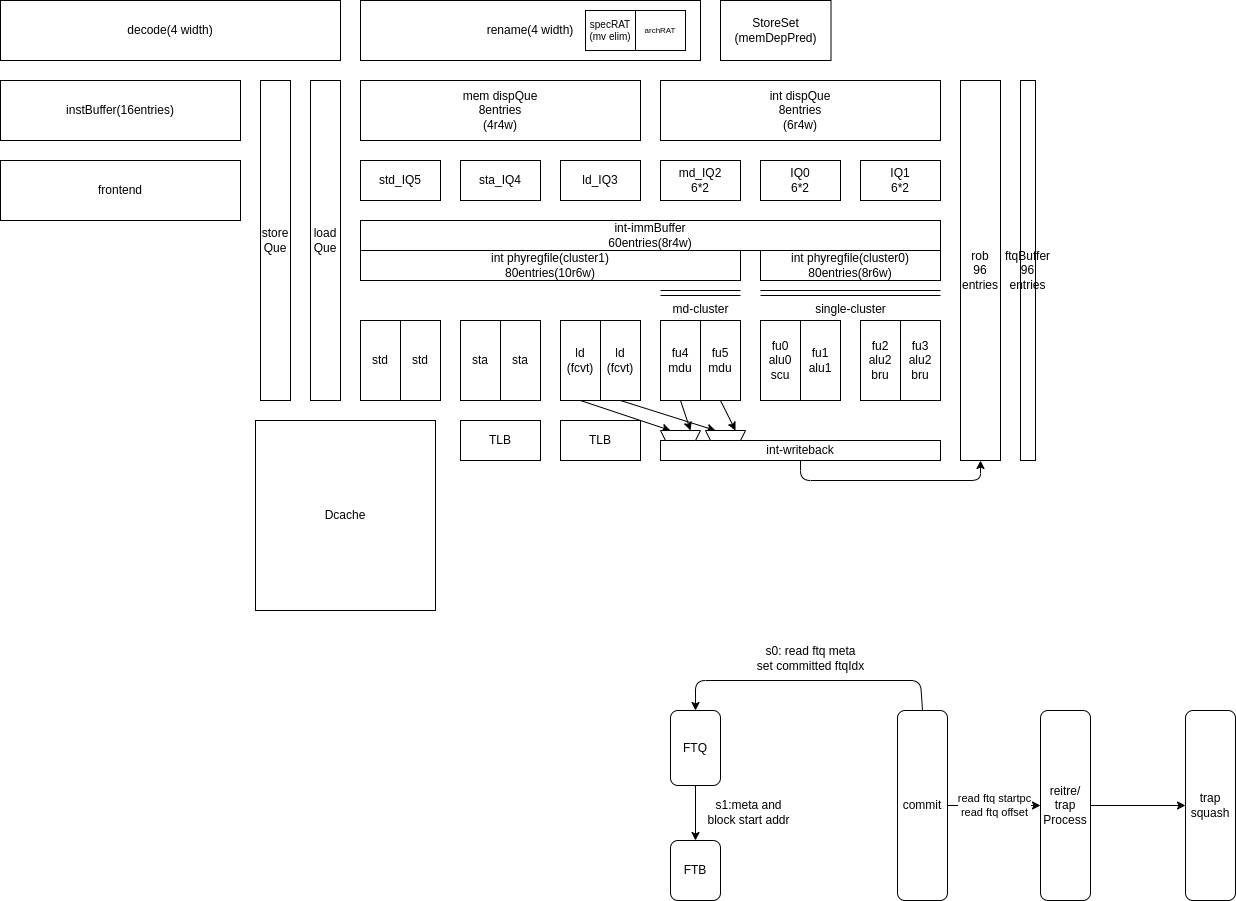
Earlier version of the draw.io export doc/aura-backend.drawio.png (tastynoob/aura-core). Source tidied: cells renumbered, new cells last; positions are measured from the earlier drawing's top-left corner, leaving out a move shared by most shapes.
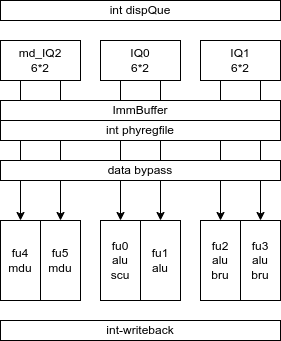
The same file after the commit.

Change to the diagram source:
```diff
@@ -2,195 +2,65 @@
   <root>
     <mxCell id="0" />
     <mxCell id="1" parent="0" />
-    <mxCell id="2" value="int dispQue&lt;br&gt;8entries&lt;br&gt;(6r4w)" style="rounded=0;whiteSpace=wrap;html=1;align=center;verticalAlign=middle;" parent="1" vertex="1">
-      <mxGeometry x="660" y="80" width="280" height="60" as="geometry" />
+    <mxCell id="2" value="int dispQue" style="rounded=0;whiteSpace=wrap;html=1;align=center;verticalAlign=middle;" parent="1" vertex="1">
+      <mxGeometry x="400" y="-260" width="280" height="20" as="geometry" />
     </mxCell>
+    <mxCell id="62" style="edgeStyle=none;html=1;exitX=0.25;exitY=1;exitDx=0;exitDy=0;entryX=0.5;entryY=0;entryDx=0;entryDy=0;" parent="1" edge="1" source="3" target="16">
+      <mxGeometry relative="1" as="geometry" />
+    </mxCell>
+    <mxCell id="63" style="edgeStyle=none;html=1;exitX=0.75;exitY=1;exitDx=0;exitDy=0;" parent="1" edge="1" source="3" target="15">
+      <mxGeometry relative="1" as="geometry" />
+    </mxCell>
     <mxCell id="3" value="md_IQ2&lt;br&gt;6*2" style="rounded=0;whiteSpace=wrap;html=1;align=center;verticalAlign=middle;" parent="1" vertex="1">
-      <mxGeometry x="660" y="160" width="80" height="40" as="geometry" />
+      <mxGeometry x="400" y="-220" width="80" height="40" as="geometry" />
     </mxCell>
-    <mxCell id="4" value="sta_IQ4" style="rounded=0;whiteSpace=wrap;html=1;align=center;verticalAlign=middle;" parent="1" vertex="1">
-      <mxGeometry x="460" y="160" width="80" height="40" as="geometry" />
-    </mxCell>
-    <mxCell id="5" value="sta" style="rounded=0;whiteSpace=wrap;html=1;" parent="1" vertex="1">
-      <mxGeometry x="460" y="320" width="40" height="80" as="geometry" />
-    </mxCell>
-    <mxCell id="6" value="sta" style="rounded=0;whiteSpace=wrap;html=1;" parent="1" vertex="1">
-      <mxGeometry x="500" y="320" width="40" height="80" as="geometry" />
-    </mxCell>
-    <mxCell id="7" style="edgeStyle=none;html=1;exitX=0.5;exitY=1;exitDx=0;exitDy=0;entryX=0.75;entryY=1;entryDx=0;entryDy=0;fontSize=10;" parent="1" edge="1" source="8" target="29">
-      <mxGeometry relative="1" as="geometry" />
-    </mxCell>
-    <mxCell id="8" value="ld&lt;br&gt;(fcvt)" style="rounded=0;whiteSpace=wrap;html=1;" parent="1" vertex="1">
-      <mxGeometry x="600" y="320" width="40" height="80" as="geometry" />
-    </mxCell>
-    <mxCell id="9" style="edgeStyle=none;html=1;exitX=0.5;exitY=1;exitDx=0;exitDy=0;entryX=0.75;entryY=1;entryDx=0;entryDy=0;fontSize=10;" parent="1" edge="1" source="10" target="28">
-      <mxGeometry relative="1" as="geometry" />
-    </mxCell>
-    <mxCell id="10" value="ld&lt;br&gt;(fcvt)" style="rounded=0;whiteSpace=wrap;html=1;" parent="1" vertex="1">
-      <mxGeometry x="560" y="320" width="40" height="80" as="geometry" />
-    </mxCell>
+    <mxCell id="64" style="edgeStyle=none;html=1;exitX=0.25;exitY=1;exitDx=0;exitDy=0;entryX=0.5;entryY=0;entryDx=0;entryDy=0;" parent="1" edge="1" source="11" target="50">
+      <mxGeometry relative="1" as="geometry" />
+    </mxCell>
+    <mxCell id="65" style="edgeStyle=none;html=1;exitX=0.75;exitY=1;exitDx=0;exitDy=0;entryX=0.5;entryY=0;entryDx=0;entryDy=0;" parent="1" edge="1" source="11" target="49">
+      <mxGeometry relative="1" as="geometry" />
+    </mxCell>
     <mxCell id="11" value="IQ0&lt;br&gt;6*2" style="rounded=0;whiteSpace=wrap;html=1;align=center;verticalAlign=middle;" parent="1" vertex="1">
-      <mxGeometry x="760" y="160" width="80" height="40" as="geometry" />
+      <mxGeometry x="500" y="-220" width="80" height="40" as="geometry" />
     </mxCell>
+    <mxCell id="66" style="edgeStyle=none;html=1;exitX=0.25;exitY=1;exitDx=0;exitDy=0;entryX=0.5;entryY=0;entryDx=0;entryDy=0;" parent="1" edge="1" source="12" target="13">
+      <mxGeometry relative="1" as="geometry" />
+    </mxCell>
+    <mxCell id="67" style="edgeStyle=none;html=1;exitX=0.75;exitY=1;exitDx=0;exitDy=0;" parent="1" edge="1" source="12" target="51">
+      <mxGeometry relative="1" as="geometry" />
+    </mxCell>
     <mxCell id="12" value="IQ1&lt;br&gt;6*2" style="rounded=0;whiteSpace=wrap;html=1;align=center;verticalAlign=middle;" parent="1" vertex="1">
-      <mxGeometry x="860" y="160" width="80" height="40" as="geometry" />
+      <mxGeometry x="600" y="-220" width="80" height="40" as="geometry" />
     </mxCell>
-    <mxCell id="13" value="fu2&lt;br&gt;alu2&lt;br&gt;bru" style="rounded=0;whiteSpace=wrap;html=1;" parent="1" vertex="1">
-      <mxGeometry x="860" y="320" width="40" height="80" as="geometry" />
+    <mxCell id="13" value="fu2&lt;br&gt;alu&lt;br&gt;bru" style="rounded=0;whiteSpace=wrap;html=1;" parent="1" vertex="1">
+      <mxGeometry x="600" y="-40" width="40" height="80" as="geometry" />
     </mxCell>
-    <mxCell id="14" style="group;" parent="1" vertex="1">
-      <mxGeometry x="660" y="310" width="80" height="80" as="geometry" />
-    </mxCell>
+    <mxCell id="22" value="int-writeback" style="rounded=0;whiteSpace=wrap;html=1;align=center;verticalAlign=middle;" parent="1" vertex="1">
+      <mxGeometry x="400" y="60" width="280" height="20" as="geometry" />
+    </mxCell>
+    <mxCell id="49" value="fu1&lt;br&gt;alu" style="rounded=0;whiteSpace=wrap;html=1;" parent="1" vertex="1">
+      <mxGeometry x="540" y="-40" width="40" height="80" as="geometry" />
+    </mxCell>
+    <mxCell id="50" value="fu0&lt;br&gt;alu&lt;br&gt;scu" style="rounded=0;whiteSpace=wrap;html=1;" parent="1" vertex="1">
+      <mxGeometry x="500" y="-40" width="40" height="80" as="geometry" />
+    </mxCell>
+    <mxCell id="51" value="fu3&lt;br&gt;alu&lt;br&gt;bru" style="rounded=0;whiteSpace=wrap;html=1;" parent="1" vertex="1">
+      <mxGeometry x="640" y="-40" width="40" height="80" as="geometry" />
+    </mxCell>
-    <mxCell id="15" value="fu5&lt;br&gt;mdu" style="rounded=0;whiteSpace=wrap;html=1;" parent="14" vertex="1">
-      <mxGeometry x="40" y="10" width="40" height="80" as="geometry" />
+    <mxCell id="15" value="fu5&lt;br&gt;mdu" style="rounded=0;whiteSpace=wrap;html=1;" parent="1" vertex="1">
+      <mxGeometry x="440" y="-40" width="40" height="80" as="geometry" />
     </mxCell>
-    <mxCell id="16" value="fu4&lt;br&gt;mdu" style="rounded=0;whiteSpace=wrap;html=1;" parent="14" vertex="1">
-      <mxGeometry y="10" width="40" height="80" as="geometry" />
+    <mxCell id="16" value="fu4&lt;br&gt;mdu" style="rounded=0;whiteSpace=wrap;html=1;" parent="1" vertex="1">
+      <mxGeometry x="400" y="-40" width="40" height="80" as="geometry" />
     </mxCell>
-    <mxCell id="17" value="int-immBuffer&lt;br&gt;60entries(8r4w)" style="rounded=0;whiteSpace=wrap;html=1;align=center;verticalAlign=middle;" parent="1" vertex="1">
-      <mxGeometry x="360" y="220" width="580" height="30" as="geometry" />
+    <mxCell id="17" value="ImmBuffer" style="rounded=0;whiteSpace=wrap;html=1;align=center;verticalAlign=middle;" parent="1" vertex="1">
+      <mxGeometry x="400" y="-160" width="280" height="20" as="geometry" />
     </mxCell>
-    <mxCell id="18" value="int phyregfile(cluster0)&lt;br&gt;80entries(8r6w)" style="rounded=0;whiteSpace=wrap;html=1;align=center;verticalAlign=middle;" parent="1" vertex="1">
-      <mxGeometry x="760" y="250" width="180" height="30" as="geometry" />
+    <mxCell id="18" value="int phyregfile" style="rounded=0;whiteSpace=wrap;html=1;align=center;verticalAlign=middle;" parent="1" vertex="1">
+      <mxGeometry x="400" y="-140" width="280" height="20" as="geometry" />
     </mxCell>
-    <mxCell id="19" value="int phyregfile(cluster1)&lt;br&gt;80entries(10r6w)" style="rounded=0;whiteSpace=wrap;html=1;align=center;verticalAlign=middle;" parent="1" vertex="1">
-      <mxGeometry x="360" y="250" width="380" height="30" as="geometry" />
-    </mxCell>
-    <mxCell id="20" value="mem dispQue&lt;br&gt;8entries&lt;br&gt;(4r4w)" style="rounded=0;whiteSpace=wrap;html=1;align=center;verticalAlign=middle;" parent="1" vertex="1">
-      <mxGeometry x="360" y="80" width="280" height="60" as="geometry" />
-    </mxCell>
-    <mxCell id="21" style="edgeStyle=none;html=1;entryX=0.5;entryY=1;entryDx=0;entryDy=0;" parent="1" edge="1" source="22" target="27">
-      <mxGeometry relative="1" as="geometry">
-        <Array as="points">
-          <mxPoint x="800" y="480" />
-          <mxPoint x="980" y="480" />
-        </Array>
-      </mxGeometry>
-    </mxCell>
-    <mxCell id="22" value="int-writeback" style="rounded=0;whiteSpace=wrap;html=1;align=center;verticalAlign=middle;" parent="1" vertex="1">
-      <mxGeometry x="660" y="440" width="280" height="20" as="geometry" />
-    </mxCell>
-    <mxCell id="23" style="group;" parent="1" vertex="1">
-      <mxGeometry x="360" width="340" height="60" as="geometry" />
-    </mxCell>
-    <mxCell id="24" value="rename(4 width)" style="rounded=0;whiteSpace=wrap;html=1;align=center;verticalAlign=middle;" parent="23" vertex="1">
-      <mxGeometry width="340" height="60" as="geometry" />
-    </mxCell>
-    <mxCell id="25" value="specRAT&lt;br&gt;(mv elim)" style="rounded=0;whiteSpace=wrap;html=1;align=center;verticalAlign=middle;fontSize=10;" parent="23" vertex="1">
-      <mxGeometry x="225" y="10" width="50" height="40" as="geometry" />
-    </mxCell>
-    <mxCell id="26" value="archRAT" style="rounded=0;whiteSpace=wrap;html=1;fontSize=8;" parent="23" vertex="1">
-      <mxGeometry x="275" y="10" width="50" height="40" as="geometry" />
-    </mxCell>
-    <mxCell id="27" value="rob&lt;br&gt;96&lt;br&gt;entries" style="rounded=0;whiteSpace=wrap;html=1;align=center;verticalAlign=middle;" parent="1" vertex="1">
-      <mxGeometry x="960" y="80" width="40" height="380" as="geometry" />
-    </mxCell>
-    <mxCell id="28" style="shape=trapezoid;perimeter=trapezoidPerimeter;whiteSpace=wrap;html=1;fixedSize=1;fontSize=10;rotation=-180;size=4.999999999999886;" parent="1" vertex="1">
-      <mxGeometry x="660" y="430" width="40" height="10" as="geometry" />
-    </mxCell>
-    <mxCell id="29" style="shape=trapezoid;perimeter=trapezoidPerimeter;whiteSpace=wrap;html=1;fixedSize=1;fontSize=10;rotation=-180;size=4.999999999999886;" parent="1" vertex="1">
-      <mxGeometry x="705" y="430" width="40" height="10" as="geometry" />
-    </mxCell>
-    <mxCell id="30" style="edgeStyle=none;html=1;exitX=0.5;exitY=1;exitDx=0;exitDy=0;entryX=0.25;entryY=1;entryDx=0;entryDy=0;fontSize=10;" parent="1" edge="1" source="16" target="28">
-      <mxGeometry relative="1" as="geometry" />
-    </mxCell>
-    <mxCell id="31" style="edgeStyle=none;html=1;exitX=0.5;exitY=1;exitDx=0;exitDy=0;entryX=0.25;entryY=1;entryDx=0;entryDy=0;fontSize=10;" parent="1" edge="1" source="15" target="29">
-      <mxGeometry relative="1" as="geometry" />
-    </mxCell>
-    <mxCell id="32" value="decode(4 width)" style="rounded=0;whiteSpace=wrap;html=1;align=center;verticalAlign=middle;" parent="1" vertex="1">
-      <mxGeometry width="340" height="60" as="geometry" />
-    </mxCell>
-    <mxCell id="33" value="instBuffer(16entries)" style="rounded=0;whiteSpace=wrap;html=1;align=center;verticalAlign=middle;" parent="1" vertex="1">
-      <mxGeometry y="80" width="240" height="60" as="geometry" />
-    </mxCell>
-    <mxCell id="34" value="single-cluster" style="verticalLabelPosition=bottom;shadow=0;dashed=0;align=center;html=1;verticalAlign=top;shape=mxgraph.electrical.transmission.2_line_bus;" parent="1" vertex="1">
-      <mxGeometry x="760" y="290" width="180" height="5" as="geometry" />
-    </mxCell>
-    <mxCell id="35" value="md-cluster" style="verticalLabelPosition=bottom;shadow=0;dashed=0;align=center;html=1;verticalAlign=top;shape=mxgraph.electrical.transmission.2_line_bus;" parent="1" vertex="1">
-      <mxGeometry x="660" y="290" width="80" height="5" as="geometry" />
-    </mxCell>
-    <mxCell id="36" value="frontend" style="rounded=0;whiteSpace=wrap;html=1;align=center;verticalAlign=middle;" parent="1" vertex="1">
-      <mxGeometry y="160" width="240" height="60" as="geometry" />
-    </mxCell>
-    <mxCell id="37" style="edgeStyle=none;html=1;exitX=0.5;exitY=0;exitDx=0;exitDy=0;entryX=0.5;entryY=0;entryDx=0;entryDy=0;" parent="1" edge="1" source="39" target="43">
-      <mxGeometry relative="1" as="geometry">
-        <Array as="points">
-          <mxPoint x="920" y="680" />
-          <mxPoint x="695" y="680" />
-        </Array>
-      </mxGeometry>
-    </mxCell>
-    <mxCell id="38" value="read ftq startpc&lt;br&gt;read ftq offset" style="edgeStyle=none;html=1;" parent="1" edge="1" source="39" target="41">
-      <mxGeometry relative="1" as="geometry" />
-    </mxCell>
-    <mxCell id="39" value="commit" style="rounded=1;whiteSpace=wrap;html=1;" parent="1" vertex="1">
-      <mxGeometry x="897" y="710" width="50" height="190" as="geometry" />
-    </mxCell>
-    <mxCell id="40" style="edgeStyle=none;html=1;" parent="1" edge="1" source="41" target="48">
-      <mxGeometry relative="1" as="geometry" />
-    </mxCell>
-    <mxCell id="41" value="reitre/&lt;br&gt;trap Process" style="rounded=1;whiteSpace=wrap;html=1;" parent="1" vertex="1">
-      <mxGeometry x="1040" y="710" width="50" height="190" as="geometry" />
-    </mxCell>
-    <mxCell id="42" style="edgeStyle=none;html=1;exitX=0.5;exitY=1;exitDx=0;exitDy=0;entryX=0.5;entryY=0;entryDx=0;entryDy=0;" parent="1" edge="1" source="43" target="45">
-      <mxGeometry relative="1" as="geometry" />
-    </mxCell>
-    <mxCell id="43" value="FTQ" style="rounded=1;whiteSpace=wrap;html=1;" parent="1" vertex="1">
-      <mxGeometry x="670" y="710" width="50" height="75" as="geometry" />
-    </mxCell>
-    <mxCell id="44" value="s0: read ftq meta&lt;br&gt;set committed ftqIdx" style="text;html=1;align=center;verticalAlign=middle;strokeColor=none;fillColor=none;" parent="1" vertex="1">
-      <mxGeometry x="745" y="635" width="130" height="45" as="geometry" />
-    </mxCell>
-    <mxCell id="45" value="FTB" style="rounded=1;whiteSpace=wrap;html=1;" parent="1" vertex="1">
-      <mxGeometry x="670" y="840" width="50" height="60" as="geometry" />
-    </mxCell>
-    <mxCell id="46" value="s1:meta and&lt;br&gt;block start addr" style="text;html=1;align=center;verticalAlign=middle;strokeColor=none;fillColor=none;" parent="1" vertex="1">
-      <mxGeometry x="695" y="789" width="105" height="45" as="geometry" />
-    </mxCell>
-    <mxCell id="47" value="ftqBuffer&lt;br&gt;96&lt;br&gt;entries" style="rounded=0;whiteSpace=wrap;html=1;align=center;verticalAlign=middle;" parent="1" vertex="1">
-      <mxGeometry x="1020" y="80" width="15" height="380" as="geometry" />
-    </mxCell>
-    <mxCell id="48" value="trap&lt;br&gt;squash" style="rounded=1;whiteSpace=wrap;html=1;" parent="1" vertex="1">
-      <mxGeometry x="1185" y="710" width="50" height="190" as="geometry" />
-    </mxCell>
-    <mxCell id="49" value="fu1&lt;br&gt;alu1" style="rounded=0;whiteSpace=wrap;html=1;" parent="1" vertex="1">
-      <mxGeometry x="800" y="320" width="40" height="80" as="geometry" />
-    </mxCell>
-    <mxCell id="50" value="fu0&lt;br&gt;alu0&lt;br&gt;scu" style="rounded=0;whiteSpace=wrap;html=1;" parent="1" vertex="1">
-      <mxGeometry x="760" y="320" width="40" height="80" as="geometry" />
-    </mxCell>
-    <mxCell id="51" value="fu3&lt;br&gt;alu2&lt;br&gt;bru" style="rounded=0;whiteSpace=wrap;html=1;" parent="1" vertex="1">
-      <mxGeometry x="900" y="320" width="40" height="80" as="geometry" />
-    </mxCell>
-    <mxCell id="52" value="std_IQ5" style="rounded=0;whiteSpace=wrap;html=1;align=center;verticalAlign=middle;" parent="1" vertex="1">
-      <mxGeometry x="360" y="160" width="80" height="40" as="geometry" />
-    </mxCell>
-    <mxCell id="53" value="ld_IQ3" style="rounded=0;whiteSpace=wrap;html=1;align=center;verticalAlign=middle;" parent="1" vertex="1">
-      <mxGeometry x="560" y="160" width="80" height="40" as="geometry" />
-    </mxCell>
-    <mxCell id="54" value="std" style="rounded=0;whiteSpace=wrap;html=1;" parent="1" vertex="1">
-      <mxGeometry x="360" y="320" width="40" height="80" as="geometry" />
-    </mxCell>
-    <mxCell id="55" value="std" style="rounded=0;whiteSpace=wrap;html=1;" parent="1" vertex="1">
-      <mxGeometry x="400" y="320" width="40" height="80" as="geometry" />
-    </mxCell>
-    <mxCell id="56" value="StoreSet (memDepPred)" style="rounded=0;whiteSpace=wrap;html=1;align=center;verticalAlign=middle;" parent="1" vertex="1">
-      <mxGeometry x="720" width="110.5" height="60" as="geometry" />
-    </mxCell>
-    <mxCell id="57" value="load&lt;br&gt;Que" style="rounded=0;whiteSpace=wrap;html=1;" parent="1" vertex="1">
-      <mxGeometry x="310" y="80" width="30" height="320" as="geometry" />
-    </mxCell>
-    <mxCell id="58" value="store&lt;br&gt;Que" style="rounded=0;whiteSpace=wrap;html=1;" parent="1" vertex="1">
-      <mxGeometry x="260" y="80" width="30" height="320" as="geometry" />
-    </mxCell>
-    <mxCell id="59" value="TLB" style="rounded=0;whiteSpace=wrap;html=1;" parent="1" vertex="1">
-      <mxGeometry x="560" y="420" width="80" height="40" as="geometry" />
-    </mxCell>
-    <mxCell id="60" value="TLB" style="rounded=0;whiteSpace=wrap;html=1;" parent="1" vertex="1">
-      <mxGeometry x="460" y="420" width="80" height="40" as="geometry" />
-    </mxCell>
-    <mxCell id="61" value="Dcache" style="rounded=0;whiteSpace=wrap;html=1;" parent="1" vertex="1">
-      <mxGeometry x="255" y="420" width="180" height="190" as="geometry" />
-    </mxCell>
+    <mxCell id="68" value="data bypass" style="rounded=0;whiteSpace=wrap;html=1;align=center;verticalAlign=middle;" parent="1" vertex="1">
+      <mxGeometry x="400" y="-100" width="280" height="20" as="geometry" />
+    </mxCell>
   </root>
 </mxGraphModel>
```
